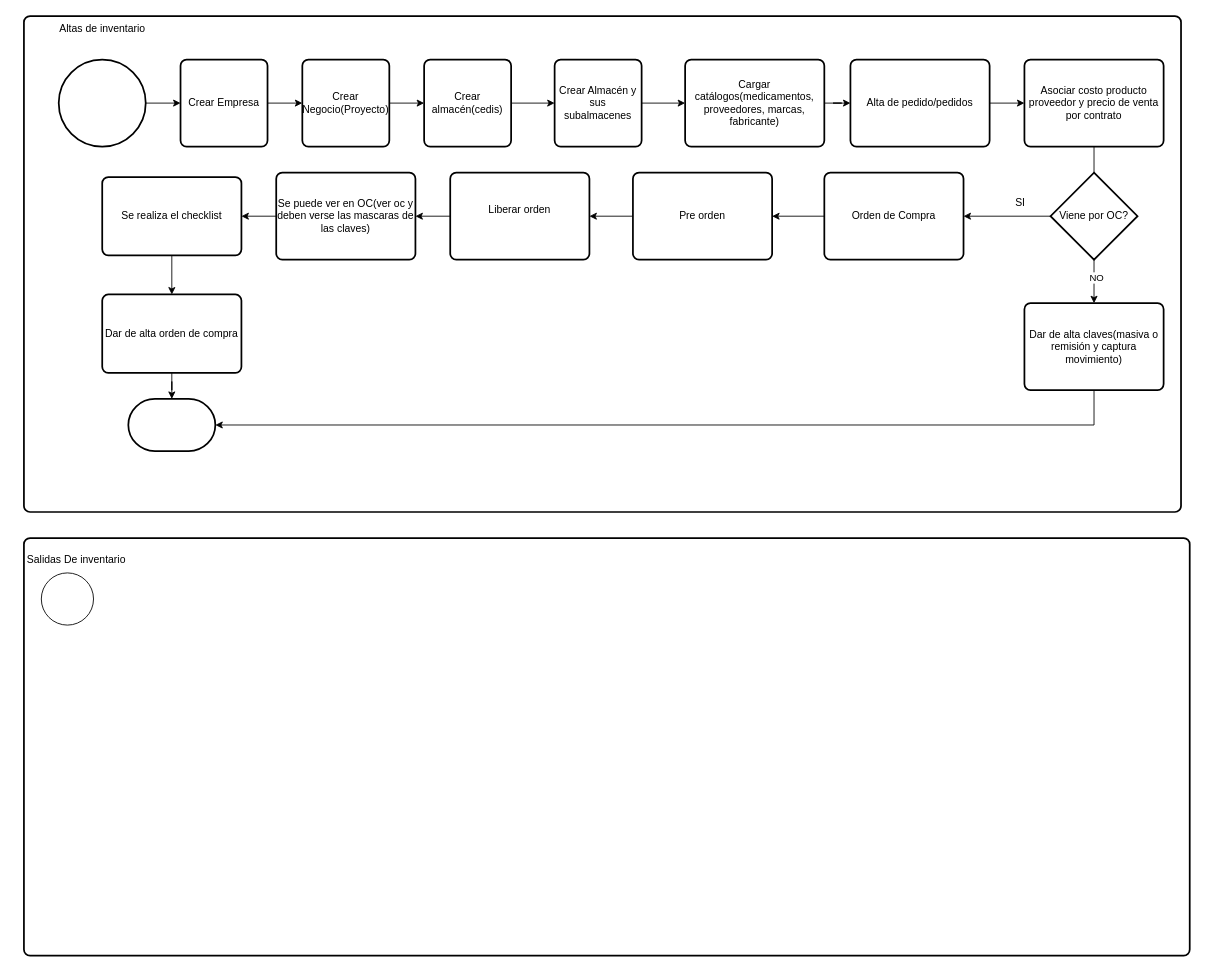
This is FlujoWMSCompleto.drawio from ErnestoDanielTafoyaMolinaCYM/clases-cat-cym, a draw.io file, before an edit. Source tidied: cells renumbered, new cells numbered last; positions are measured from the earlier drawing's top-left corner, leaving out a move shared by most shapes. Both pictures are drawn from the tidied source at 87%, with x=0, y=0 at pixel (15, 16).
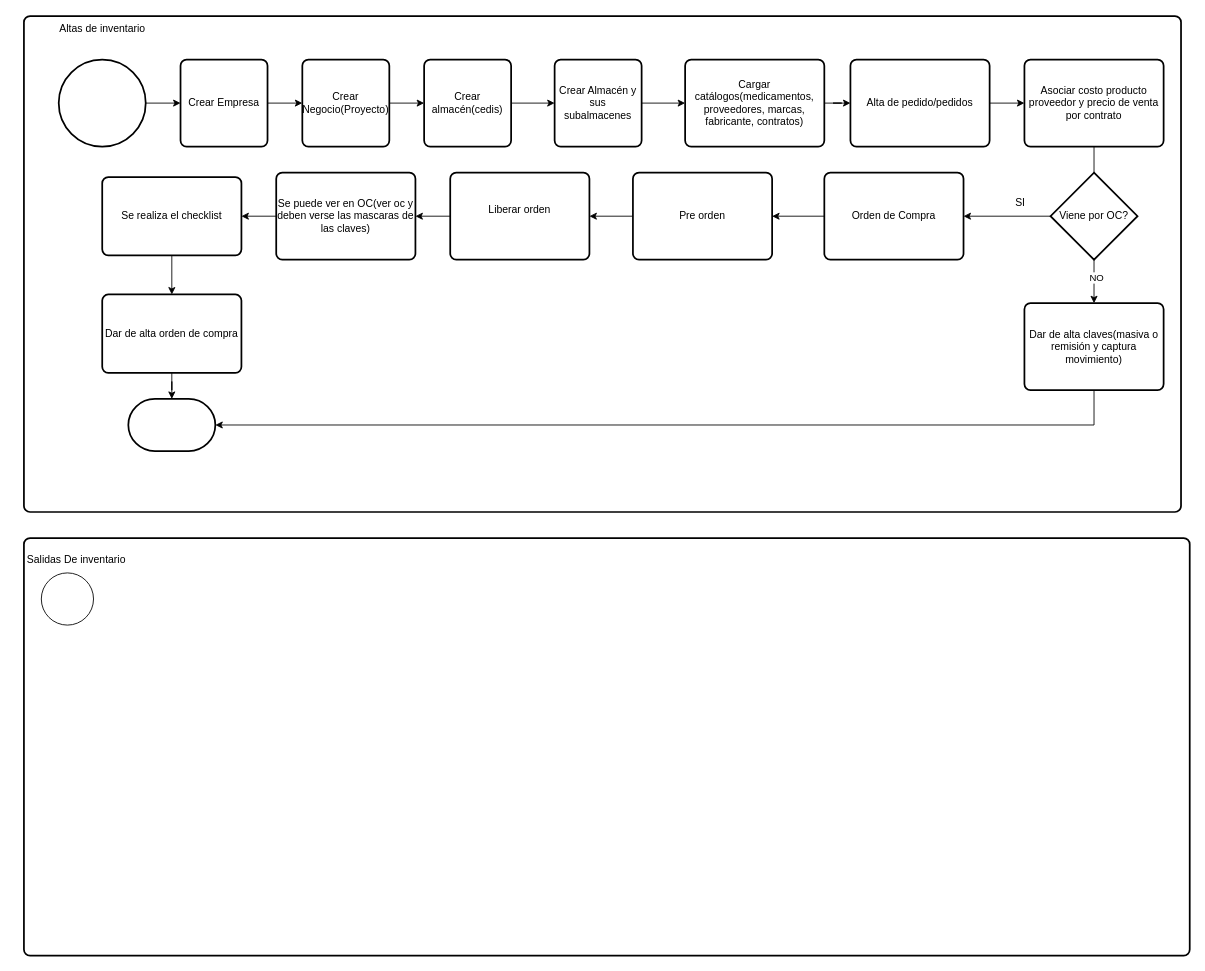
Above is the later version.

The edit, as a diff of the source:
```diff
@@
-    <mxCell id="15" value="Cargar catálogos(medicamentos, proveedores, marcas, fabricante)" style="rounded=1;whiteSpace=wrap;html=1;absoluteArcSize=1;arcSize=14;strokeWidth=2;" parent="1" vertex="1">
+    <mxCell id="15" value="Cargar catálogos(medicamentos, proveedores, marcas, fabricante, contratos)" style="rounded=1;whiteSpace=wrap;html=1;absoluteArcSize=1;arcSize=14;strokeWidth=2;" parent="1" vertex="1">
       <mxGeometry x="770" y="50" width="160" height="100" as="geometry" />
     </mxCell>
```
